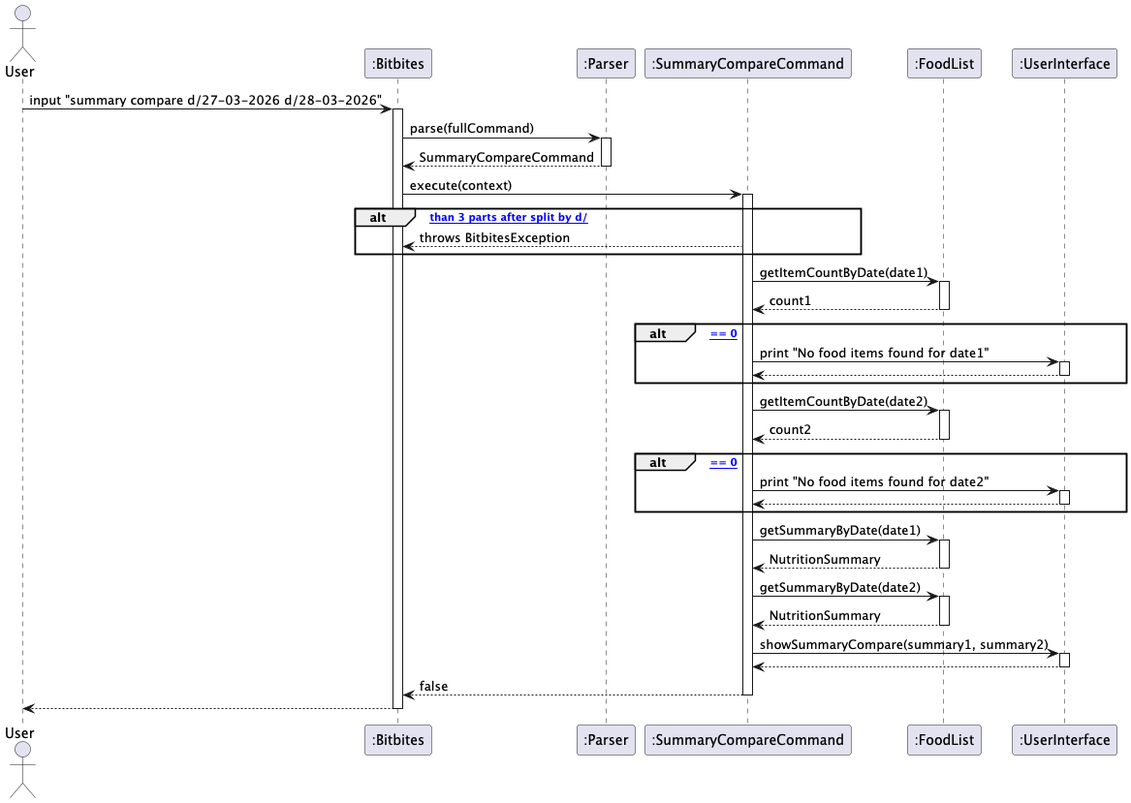
This is docs/uml/summary_compare.png from bryanyeo3125/tp, a PlantUML export, as it was before one commit.
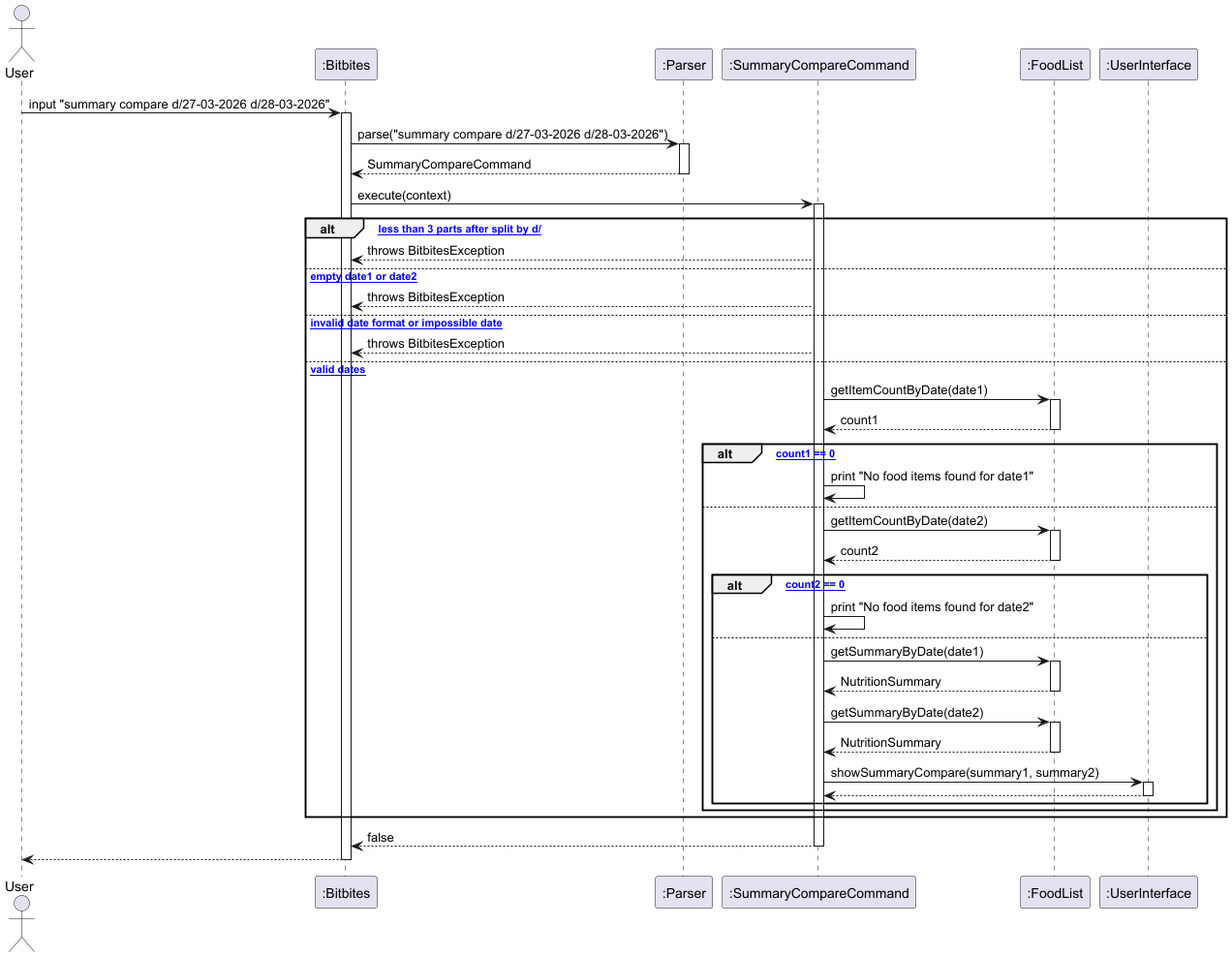
After the change.

Change to the diagram source:
```diff
@@ -9,7 +9,7 @@
 User -> Bitbites : input "summary compare d/27-03-2026 d/28-03-2026"
 activate Bitbites
 
-Bitbites -> Parser : parse(fullCommand)
+Bitbites -> Parser : parse("summary compare d/27-03-2026 d/28-03-2026")
 activate Parser
 Parser --> Bitbites : SummaryCompareCommand
 deactivate Parser
@@ -17,48 +17,46 @@
 Bitbites -> SummaryCompareCommand : execute(context)
 activate SummaryCompareCommand
 
-alt [less than 3 parts after split by d/]
+alt [* less than 3 parts after split by d/]
   SummaryCompareCommand --> Bitbites : throws BitbitesException
+else [* empty date1 or date2]
+  SummaryCompareCommand --> Bitbites : throws BitbitesException
+else [* invalid date format or impossible date]
+  SummaryCompareCommand --> Bitbites : throws BitbitesException
+else [* valid dates]
+  SummaryCompareCommand -> FoodList : getItemCountByDate(date1)
+  activate FoodList
+  FoodList --> SummaryCompareCommand : count1
+  deactivate FoodList
+
+  alt [* count1 == 0]
+    SummaryCompareCommand -> SummaryCompareCommand : print "No food items found for date1"
+  else
+    SummaryCompareCommand -> FoodList : getItemCountByDate(date2)
+    activate FoodList
+    FoodList --> SummaryCompareCommand : count2
+    deactivate FoodList
+
+    alt [* count2 == 0]
+      SummaryCompareCommand -> SummaryCompareCommand : print "No food items found for date2"
+    else
+      SummaryCompareCommand -> FoodList : getSummaryByDate(date1)
+      activate FoodList
+      FoodList --> SummaryCompareCommand : NutritionSummary
+      deactivate FoodList
+
+      SummaryCompareCommand -> FoodList : getSummaryByDate(date2)
+      activate FoodList
+      FoodList --> SummaryCompareCommand : NutritionSummary
+      deactivate FoodList
+
+      SummaryCompareCommand -> UI : showSummaryCompare(summary1, summary2)
+      activate UI
+      UI --> SummaryCompareCommand
+      deactivate UI
+    end
+  end
 end
-
-SummaryCompareCommand -> FoodList : getItemCountByDate(date1)
-activate FoodList
-FoodList --> SummaryCompareCommand : count1
-deactivate FoodList
-
-alt [count1 == 0]
-  SummaryCompareCommand -> UI : print "No food items found for date1"
-  activate UI
-  UI --> SummaryCompareCommand
-  deactivate UI
-end
-
-SummaryCompareCommand -> FoodList : getItemCountByDate(date2)
-activate FoodList
-FoodList --> SummaryCompareCommand : count2
-deactivate FoodList
-
-alt [count2 == 0]
-  SummaryCompareCommand -> UI : print "No food items found for date2"
-  activate UI
-  UI --> SummaryCompareCommand
-  deactivate UI
-end
-
-SummaryCompareCommand -> FoodList : getSummaryByDate(date1)
-activate FoodList
-FoodList --> SummaryCompareCommand : NutritionSummary
-deactivate FoodList
-
-SummaryCompareCommand -> FoodList : getSummaryByDate(date2)
-activate FoodList
-FoodList --> SummaryCompareCommand : NutritionSummary
-deactivate FoodList
-
-SummaryCompareCommand -> UI : showSummaryCompare(summary1, summary2)
-activate UI
-UI --> SummaryCompareCommand
-deactivate UI
 
 SummaryCompareCommand --> Bitbites : false
 deactivate SummaryCompareCommand
```
